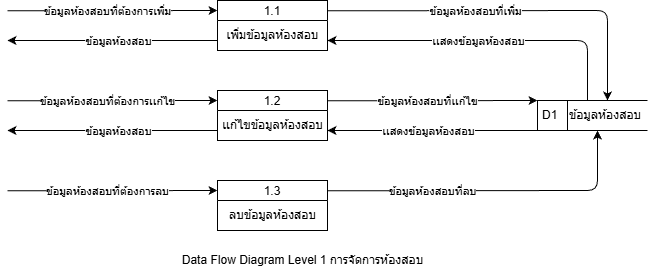
Earlier version of the draw.io export drawio/system_diagram/png/DFDL1_1.png (PatcharaphonKoosomsarp/FACE-EXAM). Source tidied: cells renumbered, new cells last; positions are measured from the earlier drawing's top-left corner, leaving out a move shared by most shapes. The source it was exported from:
```xml
<mxGraphModel>
  <root>
    <mxCell id="0" />
    <mxCell id="1" parent="0" />
    <mxCell id="2" value="1.1" style="swimlane;fontStyle=0;horizontal=1;startSize=20;fillColor=#ffffff;swimlaneFillColor=#ffffff;" parent="1" vertex="1">
      <mxGeometry x="210" width="110" height="50" as="geometry" />
    </mxCell>
    <mxCell id="3" value="เพิ่มข้อมูลห้องสอบ" style="text;html=1;align=center;verticalAlign=middle;strokeColor=none;fillColor=none;" parent="2" vertex="1">
      <mxGeometry y="20" width="110" height="30" as="geometry" />
    </mxCell>
    <mxCell id="4" value="1.2" style="swimlane;fontStyle=0;horizontal=1;startSize=20;fillColor=#ffffff;swimlaneFillColor=#ffffff;" parent="1" vertex="1">
      <mxGeometry x="210" y="90" width="110" height="50" as="geometry" />
    </mxCell>
    <mxCell id="5" value="เเก้ไขข้อมูลห้องสอบ" style="text;html=1;align=center;verticalAlign=middle;strokeColor=none;fillColor=none;" parent="4" vertex="1">
      <mxGeometry y="20" width="110" height="30" as="geometry" />
    </mxCell>
    <mxCell id="6" value="1.3" style="swimlane;fontStyle=0;horizontal=1;startSize=20;fillColor=#ffffff;swimlaneFillColor=#ffffff;" parent="1" vertex="1">
      <mxGeometry x="210" y="180" width="110" height="50" as="geometry" />
    </mxCell>
    <mxCell id="7" value="ลบข้อมูลห้องสอบ" style="text;html=1;align=center;verticalAlign=middle;strokeColor=none;fillColor=none;" parent="6" vertex="1">
      <mxGeometry y="20" width="110" height="30" as="geometry" />
    </mxCell>
    <mxCell id="8" style="endArrow=classic;html=1;" parent="1" edge="1">
      <mxGeometry relative="1" as="geometry">
        <mxPoint y="10.3" as="sourcePoint" />
        <mxPoint x="210" y="10" as="targetPoint" />
      </mxGeometry>
    </mxCell>
    <mxCell id="9" value="ข้อมูลห้องสอบที่ต้องการเพิ่ม" style="edgeLabel;html=1;align=center;verticalAlign=middle;" parent="8" vertex="1">
      <mxGeometry x="-0.41" y="1" relative="1" as="geometry">
        <mxPoint x="38" y="1" as="offset" />
      </mxGeometry>
    </mxCell>
    <mxCell id="10" style="endArrow=classic;html=1;" parent="1" edge="1">
      <mxGeometry relative="1" as="geometry">
        <mxPoint x="210" y="40" as="sourcePoint" />
        <mxPoint y="40" as="targetPoint" />
      </mxGeometry>
    </mxCell>
    <mxCell id="11" value="ข้อมูลห้องสอบ" style="edgeLabel;html=1;align=center;verticalAlign=middle;" parent="10" vertex="1">
      <mxGeometry x="-0.22" y="-1" relative="1" as="geometry">
        <mxPoint x="-18" y="1" as="offset" />
      </mxGeometry>
    </mxCell>
    <mxCell id="12" style="endArrow=classic;html=1;" parent="1" edge="1">
      <mxGeometry relative="1" as="geometry">
        <mxPoint y="100.3" as="sourcePoint" />
        <mxPoint x="210" y="100" as="targetPoint" />
      </mxGeometry>
    </mxCell>
    <mxCell id="13" value="ข้อมูลห้องสอบที่ต้องการเเก้ไข" style="edgeLabel;html=1;align=center;verticalAlign=middle;" parent="12" vertex="1">
      <mxGeometry x="-0.41" y="1" relative="1" as="geometry">
        <mxPoint x="38" y="1" as="offset" />
      </mxGeometry>
    </mxCell>
    <mxCell id="14" style="endArrow=classic;html=1;" parent="1" edge="1">
      <mxGeometry relative="1" as="geometry">
        <mxPoint x="210" y="130" as="sourcePoint" />
        <mxPoint y="130" as="targetPoint" />
      </mxGeometry>
    </mxCell>
    <mxCell id="15" value="ข้อมูลห้องสอบ" style="edgeLabel;html=1;align=center;verticalAlign=middle;" parent="14" vertex="1">
      <mxGeometry x="-0.22" y="-1" relative="1" as="geometry">
        <mxPoint x="-18" y="1" as="offset" />
      </mxGeometry>
    </mxCell>
    <mxCell id="16" style="endArrow=classic;html=1;" parent="1" edge="1">
      <mxGeometry relative="1" as="geometry">
        <mxPoint y="190.3" as="sourcePoint" />
        <mxPoint x="210" y="190" as="targetPoint" />
      </mxGeometry>
    </mxCell>
    <mxCell id="17" value="ข้อมูลห้องสอบที่ต้องการลบ" style="edgeLabel;html=1;align=center;verticalAlign=middle;" parent="16" vertex="1">
      <mxGeometry x="-0.41" y="1" relative="1" as="geometry">
        <mxPoint x="38" y="1" as="offset" />
      </mxGeometry>
    </mxCell>
    <mxCell id="18" style="endArrow=classic;html=1;" parent="1" edge="1">
      <mxGeometry relative="1" as="geometry">
        <mxPoint x="320" y="10.3" as="sourcePoint" />
        <mxPoint x="600" y="100" as="targetPoint" />
        <Array as="points">
          <mxPoint x="600" y="10" />
        </Array>
      </mxGeometry>
    </mxCell>
    <mxCell id="19" value="ข้อมูลห้องสอบที่เพิ่ม" style="edgeLabel;html=1;align=center;verticalAlign=middle;" parent="18" vertex="1">
      <mxGeometry x="-0.41" y="1" relative="1" as="geometry">
        <mxPoint x="38" y="1" as="offset" />
      </mxGeometry>
    </mxCell>
    <mxCell id="20" style="endArrow=classic;html=1;" parent="1" edge="1">
      <mxGeometry relative="1" as="geometry">
        <mxPoint x="580" y="100" as="sourcePoint" />
        <mxPoint x="320" y="40" as="targetPoint" />
        <Array as="points">
          <mxPoint x="580" y="40" />
        </Array>
      </mxGeometry>
    </mxCell>
    <mxCell id="21" value="เเสดงข้อมูลห้องสอบ" style="edgeLabel;html=1;align=center;verticalAlign=middle;" parent="20" vertex="1">
      <mxGeometry x="-0.22" y="-1" relative="1" as="geometry">
        <mxPoint x="-45" y="1" as="offset" />
      </mxGeometry>
    </mxCell>
    <mxCell id="22" style="endArrow=classic;html=1;" parent="1" edge="1">
      <mxGeometry relative="1" as="geometry">
        <mxPoint x="320" y="100.3" as="sourcePoint" />
        <mxPoint x="530" y="100" as="targetPoint" />
      </mxGeometry>
    </mxCell>
    <mxCell id="23" value="ข้อมูลห้องสอบที่เเก้ไข" style="edgeLabel;html=1;align=center;verticalAlign=middle;" parent="22" vertex="1">
      <mxGeometry x="-0.41" y="1" relative="1" as="geometry">
        <mxPoint x="38" y="1" as="offset" />
      </mxGeometry>
    </mxCell>
    <mxCell id="24" style="endArrow=classic;html=1;" parent="1" edge="1">
      <mxGeometry relative="1" as="geometry">
        <mxPoint x="530" y="130" as="sourcePoint" />
        <mxPoint x="320" y="130" as="targetPoint" />
      </mxGeometry>
    </mxCell>
    <mxCell id="25" value="เเสดงข้อมูลห้องสอบ" style="edgeLabel;html=1;align=center;verticalAlign=middle;" parent="24" vertex="1">
      <mxGeometry x="-0.22" y="-1" relative="1" as="geometry">
        <mxPoint x="-28" y="1" as="offset" />
      </mxGeometry>
    </mxCell>
    <mxCell id="26" style="endArrow=classic;html=1;" parent="1" edge="1">
      <mxGeometry relative="1" as="geometry">
        <mxPoint x="320" y="190.3" as="sourcePoint" />
        <mxPoint x="590" y="130" as="targetPoint" />
        <Array as="points">
          <mxPoint x="590" y="190" />
        </Array>
      </mxGeometry>
    </mxCell>
    <mxCell id="27" value="ข้อมูลห้องสอบที่ลบ" style="edgeLabel;html=1;align=center;verticalAlign=middle;" parent="26" vertex="1">
      <mxGeometry x="-0.41" y="1" relative="1" as="geometry">
        <mxPoint x="7" y="1" as="offset" />
      </mxGeometry>
    </mxCell>
    <mxCell id="28" style="group;" parent="1" vertex="1">
      <mxGeometry x="530" y="100" width="130" height="30" as="geometry" />
    </mxCell>
    <mxCell id="29" value="D1" style="html=1;dashed=0;whiteSpace=wrap;shape=mxgraph.dfd.dataStoreID;align=left;spacingLeft=3;" parent="28" vertex="1">
      <mxGeometry width="110" height="30" as="geometry" />
    </mxCell>
    <mxCell id="30" value="ข้อมูลห้องสอบ" style="text;html=1;align=left;verticalAlign=middle;strokeColor=none;fillColor=none;" parent="28" vertex="1">
      <mxGeometry x="30" width="100" height="30" as="geometry" />
    </mxCell>
    <mxCell id="31" value="Data Flow Diagram Level 1 การจัดการห้องสอบ" style="text;html=1;align=center;verticalAlign=middle;strokeColor=none;fillColor=none;" parent="1" vertex="1">
      <mxGeometry x="165" y="245" width="260" height="30" as="geometry" />
    </mxCell>
  </root>
</mxGraphModel>
```
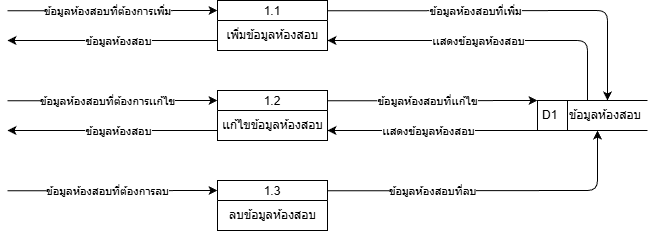
The same diagram one commit later.

What changed in the source:
```diff
@@ -148,8 +148,5 @@
     <mxCell id="30" value="ข้อมูลห้องสอบ" style="text;html=1;align=left;verticalAlign=middle;strokeColor=none;fillColor=none;" parent="28" vertex="1">
       <mxGeometry x="30" width="100" height="30" as="geometry" />
     </mxCell>
-    <mxCell id="31" value="Data Flow Diagram Level 1 การจัดการห้องสอบ" style="text;html=1;align=center;verticalAlign=middle;strokeColor=none;fillColor=none;" parent="1" vertex="1">
-      <mxGeometry x="165" y="245" width="260" height="30" as="geometry" />
-    </mxCell>
   </root>
 </mxGraphModel>
```
